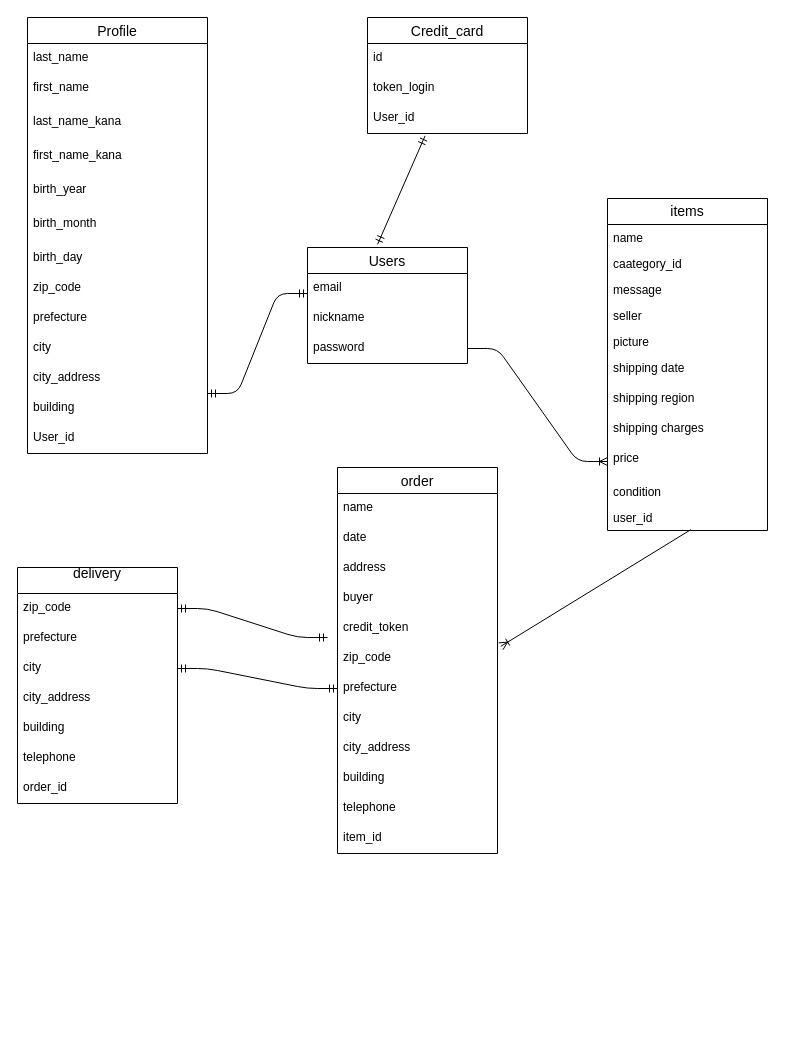
The draw.io diagram ER.dio in tatsu11096/furima-38578, before the edit. Source tidied: cells renumbered, new cells numbered last; positions are measured from the earlier drawing's top-left corner, leaving out a move shared by most shapes. Both pictures are drawn from the tidied source at 100%, with x=0, y=0 at pixel (17, 17).
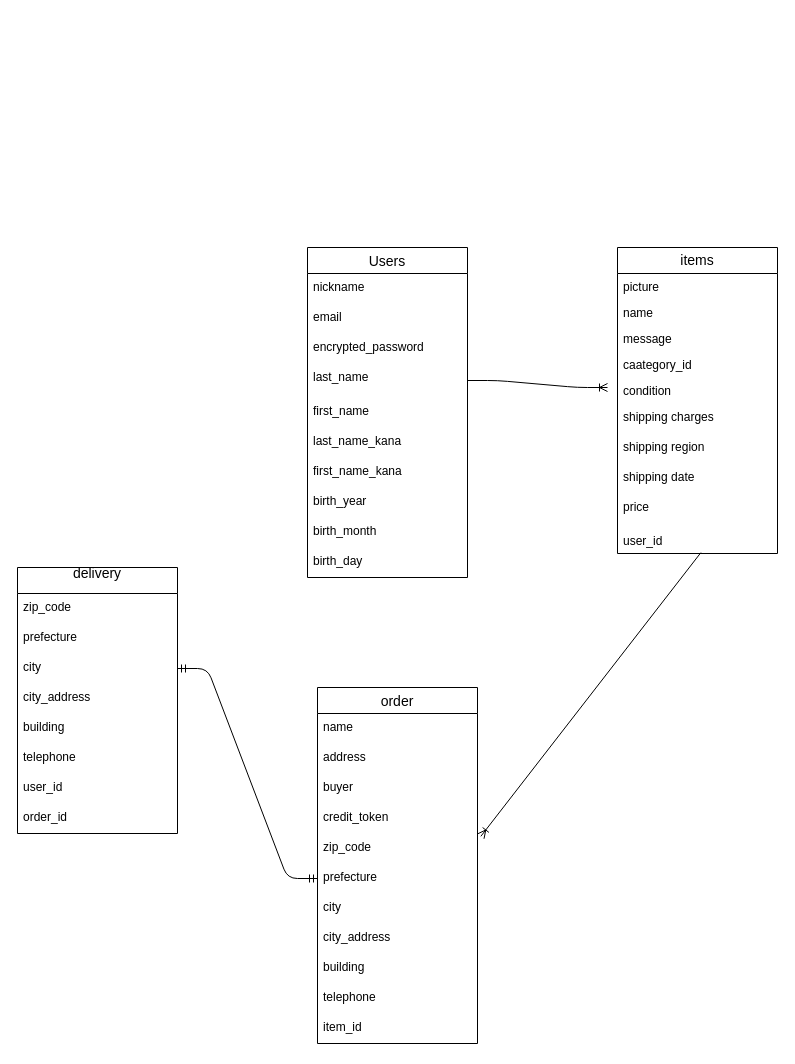
The same diagram, later.

Commit message (it also covers changes not shown here):
データベース修正１

Unchanged cells that the change refers to:
```xml
<mxCell id="20" value="zip_code" style="text;strokeColor=none;fillColor=none;spacingLeft=4;spacingRight=4;overflow=hidden;points=[[0,0.5],[1,0.5]];portConstraint=eastwest;fontSize=12;" parent="19" vertex="1">
  <mxGeometry y="26" width="160" height="30" as="geometry" />
</mxCell>
<mxCell id="36" value="price" style="text;strokeColor=none;fillColor=none;spacingLeft=4;spacingRight=4;overflow=hidden;points=[[0,0.5],[1,0.5]];portConstraint=eastwest;fontSize=12;labelBackgroundColor=none;labelBorderColor=none;fontColor=default;" parent="27" vertex="1">
  <mxGeometry y="246" width="160" height="34" as="geometry" />
</mxCell>
```

The edit, as a diff of the source:
```diff
@@
     <mxCell id="2" value="Users" style="swimlane;fontStyle=0;horizontal=1;startSize=26;align=center;fontSize=14;" parent="1" vertex="1">
-      <mxGeometry x="290" y="230" width="160" height="116" as="geometry" />
+      <mxGeometry x="290" y="230" width="160" height="330" as="geometry" />
     </mxCell>
+    <mxCell id="4" value="nickname" style="text;strokeColor=none;fillColor=none;spacingLeft=4;spacingRight=4;overflow=hidden;fontSize=12;" parent="2" vertex="1">
+      <mxGeometry y="26" width="160" height="30" as="geometry" />
+    </mxCell>
     <mxCell id="3" value="email" style="text;strokeColor=none;fillColor=none;spacingLeft=4;spacingRight=4;overflow=hidden;fontSize=12;" parent="2" vertex="1">
-      <mxGeometry y="26" width="160" height="30" as="geometry" />
+      <mxGeometry y="56" width="160" height="30" as="geometry" />
     </mxCell>
-    <mxCell id="4" value="nickname" style="text;strokeColor=none;fillColor=none;spacingLeft=4;spacingRight=4;overflow=hidden;fontSize=12;" parent="2" vertex="1">
-      <mxGeometry y="56" width="160" height="30" as="geometry" />
-    </mxCell>
-    <mxCell id="5" value="password" style="text;strokeColor=none;fillColor=none;spacingLeft=4;spacingRight=4;overflow=hidden;points=[[0,0.5],[1,0.5]];portConstraint=eastwest;fontSize=12;" parent="2" vertex="1">
+    <mxCell id="5" value="encrypted_password" style="text;strokeColor=none;fillColor=none;spacingLeft=4;spacingRight=4;overflow=hidden;points=[[0,0.5],[1,0.5]];portConstraint=eastwest;fontSize=12;" parent="2" vertex="1">
       <mxGeometry y="86" width="160" height="30" as="geometry" />
     </mxCell>
+    <mxCell id="42" value="last_name" style="text;strokeColor=none;fillColor=none;spacingLeft=4;spacingRight=4;overflow=hidden;points=[[0,0.5],[1,0.5]];portConstraint=eastwest;fontSize=12;" parent="2" vertex="1">
+      <mxGeometry y="116" width="160" height="34" as="geometry" />
+    </mxCell>
+    <mxCell id="43" value="first_name" style="text;strokeColor=none;fillColor=none;spacingLeft=4;spacingRight=4;overflow=hidden;fontSize=12;" parent="2" vertex="1">
+      <mxGeometry y="150" width="160" height="30" as="geometry" />
+    </mxCell>
+    <mxCell id="44" value="last_name_kana" style="text;strokeColor=none;fillColor=none;spacingLeft=4;spacingRight=4;overflow=hidden;fontSize=12;" parent="2" vertex="1">
+      <mxGeometry y="180" width="160" height="30" as="geometry" />
+    </mxCell>
+    <mxCell id="45" value="first_name_kana" style="text;strokeColor=none;fillColor=none;spacingLeft=4;spacingRight=4;overflow=hidden;fontSize=12;" parent="2" vertex="1">
+      <mxGeometry y="210" width="160" height="30" as="geometry" />
+    </mxCell>
+    <mxCell id="46" value="birth_year" style="text;strokeColor=none;fillColor=none;spacingLeft=4;spacingRight=4;overflow=hidden;fontSize=12;" parent="2" vertex="1">
+      <mxGeometry y="240" width="160" height="30" as="geometry" />
+    </mxCell>
+    <mxCell id="47" value="birth_month" style="text;strokeColor=none;fillColor=none;spacingLeft=4;spacingRight=4;overflow=hidden;fontSize=12;" parent="2" vertex="1">
+      <mxGeometry y="270" width="160" height="30" as="geometry" />
+    </mxCell>
+    <mxCell id="48" value="birth_day" style="text;strokeColor=none;fillColor=none;spacingLeft=4;spacingRight=4;overflow=hidden;fontSize=12;" parent="2" vertex="1">
+      <mxGeometry y="300" width="160" height="30" as="geometry" />
+    </mxCell>
     <mxCell id="6" value="order" style="swimlane;fontStyle=0;horizontal=1;startSize=26;align=center;fontSize=14;" parent="1" vertex="1">
-      <mxGeometry x="320" y="450" width="160" height="386" as="geometry" />
+      <mxGeometry x="300" y="670" width="160" height="356" as="geometry" />
     </mxCell>
@@
-    <mxCell id="8" value="date" style="text;strokeColor=none;fillColor=none;spacingLeft=4;spacingRight=4;overflow=hidden;fontSize=12;" parent="6" vertex="1">
-      <mxGeometry y="56" width="160" height="30" as="geometry" />
-    </mxCell>
     <mxCell id="9" value="address" style="text;strokeColor=none;fillColor=none;spacingLeft=4;spacingRight=4;overflow=hidden;fontSize=12;" parent="6" vertex="1">
-      <mxGeometry y="86" width="160" height="30" as="geometry" />
+      <mxGeometry y="56" width="160" height="30" as="geometry" />
     </mxCell>
     <mxCell id="10" value="buyer" style="text;strokeColor=none;fillColor=none;spacingLeft=4;spacingRight=4;overflow=hidden;fontSize=12;" parent="6" vertex="1">
-      <mxGeometry y="116" width="160" height="30" as="geometry" />
+      <mxGeometry y="86" width="160" height="30" as="geometry" />
     </mxCell>
     <mxCell id="11" value="credit_token" style="text;strokeColor=none;fillColor=none;spacingLeft=4;spacingRight=4;overflow=hidden;fontSize=12;" parent="6" vertex="1">
-      <mxGeometry y="146" width="160" height="30" as="geometry" />
+      <mxGeometry y="116" width="160" height="30" as="geometry" />
     </mxCell>
     <mxCell id="12" value="zip_code" style="text;strokeColor=none;fillColor=none;spacingLeft=4;spacingRight=4;overflow=hidden;points=[[0,0.5],[1,0.5]];portConstraint=eastwest;fontSize=12;" parent="6" vertex="1">
-      <mxGeometry y="176" width="160" height="30" as="geometry" />
+      <mxGeometry y="146" width="160" height="30" as="geometry" />
     </mxCell>
     <mxCell id="13" value="prefecture" style="text;strokeColor=none;fillColor=none;spacingLeft=4;spacingRight=4;overflow=hidden;points=[[0,0.5],[1,0.5]];portConstraint=eastwest;fontSize=12;" parent="6" vertex="1">
-      <mxGeometry y="206" width="160" height="30" as="geometry" />
+      <mxGeometry y="176" width="160" height="30" as="geometry" />
     </mxCell>
     <mxCell id="14" value="city" style="text;strokeColor=none;fillColor=none;spacingLeft=4;spacingRight=4;overflow=hidden;fontSize=12;" parent="6" vertex="1">
-      <mxGeometry y="236" width="160" height="30" as="geometry" />
+      <mxGeometry y="206" width="160" height="30" as="geometry" />
     </mxCell>
     <mxCell id="15" value="city_address" style="text;strokeColor=none;fillColor=none;spacingLeft=4;spacingRight=4;overflow=hidden;fontSize=12;" parent="6" vertex="1">
-      <mxGeometry y="266" width="160" height="30" as="geometry" />
+      <mxGeometry y="236" width="160" height="30" as="geometry" />
     </mxCell>
     <mxCell id="16" value="building" style="text;strokeColor=none;fillColor=none;spacingLeft=4;spacingRight=4;overflow=hidden;fontSize=12;" parent="6" vertex="1">
-      <mxGeometry y="296" width="160" height="30" as="geometry" />
+      <mxGeometry y="266" width="160" height="30" as="geometry" />
     </mxCell>
     <mxCell id="17" value="telephone" style="text;strokeColor=none;fillColor=none;spacingLeft=4;spacingRight=4;overflow=hidden;fontSize=12;" parent="6" vertex="1">
-      <mxGeometry y="326" width="160" height="30" as="geometry" />
+      <mxGeometry y="296" width="160" height="30" as="geometry" />
     </mxCell>
     <mxCell id="18" value="item_id" style="text;strokeColor=none;fillColor=none;spacingLeft=4;spacingRight=4;overflow=hidden;fontSize=12;" parent="6" vertex="1">
-      <mxGeometry y="356" width="160" height="30" as="geometry" />
+      <mxGeometry y="326" width="160" height="30" as="geometry" />
     </mxCell>
     <mxCell id="19" value="delivery&#10;" style="swimlane;fontStyle=0;horizontal=1;startSize=26;align=center;fontSize=14;" parent="1" vertex="1">
-      <mxGeometry y="550" width="160" height="236" as="geometry" />
+      <mxGeometry y="550" width="160" height="266" as="geometry" />
     </mxCell>
@@
+    <mxCell id="63" value="user_id" style="text;strokeColor=none;fillColor=none;spacingLeft=4;spacingRight=4;overflow=hidden;fontSize=12;" parent="19" vertex="1">
+      <mxGeometry y="206" width="160" height="30" as="geometry" />
+    </mxCell>
     <mxCell id="26" value="order_id" style="text;strokeColor=none;fillColor=none;spacingLeft=4;spacingRight=4;overflow=hidden;fontSize=12;" parent="19" vertex="1">
-      <mxGeometry y="206" width="160" height="30" as="geometry" />
+      <mxGeometry y="236" width="160" height="30" as="geometry" />
     </mxCell>
     <mxCell id="27" value="items" style="swimlane;fontStyle=0;horizontal=1;startSize=26;align=center;fontSize=14;whiteSpace=wrap;" parent="1" vertex="1">
-      <mxGeometry x="590" y="181" width="160" height="332" as="geometry" />
+      <mxGeometry x="600" y="230" width="160" height="306" as="geometry" />
     </mxCell>
+    <mxCell id="32" value="picture" style="text;strokeColor=none;fillColor=none;spacingLeft=4;spacingRight=4;overflow=hidden;fontSize=12;" parent="27" vertex="1">
+      <mxGeometry y="26" width="160" height="26" as="geometry" />
+    </mxCell>
     <mxCell id="28" value="name" style="text;strokeColor=none;fillColor=none;spacingLeft=4;spacingRight=4;overflow=hidden;fontSize=12;" parent="27" vertex="1">
-      <mxGeometry y="26" width="160" height="26" as="geometry" />
+      <mxGeometry y="52" width="160" height="26" as="geometry" />
     </mxCell>
+    <mxCell id="30" value="message" style="text;strokeColor=none;fillColor=none;spacingLeft=4;spacingRight=4;overflow=hidden;fontSize=12;" parent="27" vertex="1">
+      <mxGeometry y="78" width="160" height="26" as="geometry" />
+    </mxCell>
     <mxCell id="29" value="caategory_id" style="text;strokeColor=none;fillColor=none;spacingLeft=4;spacingRight=4;overflow=hidden;fontSize=12;" parent="27" vertex="1">
-      <mxGeometry y="52" width="160" height="26" as="geometry" />
+      <mxGeometry y="104" width="160" height="26" as="geometry" />
     </mxCell>
-    <mxCell id="30" value="message" style="text;strokeColor=none;fillColor=none;spacingLeft=4;spacingRight=4;overflow=hidden;fontSize=12;" parent="27" vertex="1">
-      <mxGeometry y="78" width="160" height="26" as="geometry" />
-    </mxCell>
-    <mxCell id="31" value="seller" style="text;strokeColor=none;fillColor=none;spacingLeft=4;spacingRight=4;overflow=hidden;fontSize=12;" parent="27" vertex="1">
-      <mxGeometry y="104" width="160" height="26" as="geometry" />
-    </mxCell>
-    <mxCell id="32" value="picture" style="text;strokeColor=none;fillColor=none;spacingLeft=4;spacingRight=4;overflow=hidden;fontSize=12;" parent="27" vertex="1">
-      <mxGeometry y="130" width="160" height="26" as="geometry" />
-    </mxCell>
+    <mxCell id="37" value="condition" style="text;strokeColor=none;fillColor=none;spacingLeft=4;spacingRight=4;overflow=hidden;fontSize=12;" parent="27" vertex="1">
+      <mxGeometry y="130" width="160" height="26" as="geometry" />
+    </mxCell>
+    <mxCell id="35" value="shipping charges" style="text;strokeColor=none;fillColor=none;spacingLeft=4;spacingRight=4;overflow=hidden;fontSize=12;labelBackgroundColor=none;labelBorderColor=none;fontColor=default;" parent="27" vertex="1">
+      <mxGeometry y="156" width="160" height="30" as="geometry" />
+    </mxCell>
+    <mxCell id="34" value="shipping region" style="text;strokeColor=none;fillColor=none;spacingLeft=4;spacingRight=4;overflow=hidden;fontSize=12;labelBackgroundColor=none;labelBorderColor=none;fontColor=default;" parent="27" vertex="1">
+      <mxGeometry y="186" width="160" height="30" as="geometry" />
+    </mxCell>
     <mxCell id="33" value="shipping date" style="text;strokeColor=none;fillColor=none;spacingLeft=4;spacingRight=4;overflow=hidden;fontSize=12;labelBackgroundColor=none;labelBorderColor=none;fontColor=default;" parent="27" vertex="1">
-      <mxGeometry y="156" width="160" height="30" as="geometry" />
+      <mxGeometry y="216" width="160" height="30" as="geometry" />
     </mxCell>
-    <mxCell id="34" value="shipping region" style="text;strokeColor=none;fillColor=none;spacingLeft=4;spacingRight=4;overflow=hidden;fontSize=12;labelBackgroundColor=none;labelBorderColor=none;fontColor=default;" parent="27" vertex="1">
-      <mxGeometry y="186" width="160" height="30" as="geometry" />
-    </mxCell>
-    <mxCell id="35" value="shipping charges" style="text;strokeColor=none;fillColor=none;spacingLeft=4;spacingRight=4;overflow=hidden;fontSize=12;labelBackgroundColor=none;labelBorderColor=none;fontColor=default;" parent="27" vertex="1">
-      <mxGeometry y="216" width="160" height="30" as="geometry" />
-    </mxCell>
@@
-    <mxCell id="37" value="condition" style="text;strokeColor=none;fillColor=none;spacingLeft=4;spacingRight=4;overflow=hidden;fontSize=12;" parent="27" vertex="1">
-      <mxGeometry y="280" width="160" height="26" as="geometry" />
-    </mxCell>
     <mxCell id="38" value="user_id" style="text;strokeColor=none;fillColor=none;spacingLeft=4;spacingRight=4;overflow=hidden;points=[[0,0.5],[1,0.5]];portConstraint=eastwest;fontSize=12;" parent="27" vertex="1">
-      <mxGeometry y="306" width="160" height="26" as="geometry" />
+      <mxGeometry y="280" width="160" height="26" as="geometry" />
     </mxCell>
-    <mxCell id="39" style="edgeStyle=entityRelationEdgeStyle;fontSize=12;html=1;endArrow=ERoneToMany;entryX=0;entryY=0.5;entryDx=0;entryDy=0;exitX=1;exitY=0.5;exitDx=0;exitDy=0;" parent="1" edge="1" source="5" target="36">
-      <mxGeometry relative="1" as="geometry" />
+    <mxCell id="39" style="edgeStyle=entityRelationEdgeStyle;fontSize=12;html=1;endArrow=ERoneToMany;exitX=1;exitY=0.5;exitDx=0;exitDy=0;" parent="1" edge="1" source="42">
+      <mxGeometry relative="1" as="geometry">
+        <mxPoint x="590" y="370" as="targetPoint" />
+      </mxGeometry>
     </mxCell>
-    <mxCell id="40" style="edgeStyle=entityRelationEdgeStyle;fontSize=12;html=1;endArrow=ERmandOne;startArrow=ERmandOne;exitX=1;exitY=0.5;exitDx=0;exitDy=0;entryX=0;entryY=0.5;entryDx=0;entryDy=0;" parent="1" edge="1" source="20">
-      <mxGeometry relative="1" as="geometry">
-        <mxPoint x="310" y="620" as="targetPoint" />
-      </mxGeometry>
-    </mxCell>
-    <mxCell id="41" value="Profile" style="swimlane;fontStyle=0;horizontal=1;startSize=26;align=center;fontSize=14;" parent="1" vertex="1">
-      <mxGeometry x="10" width="180" height="436" as="geometry" />
-    </mxCell>
-    <mxCell id="42" value="last_name" style="text;strokeColor=none;fillColor=none;spacingLeft=4;spacingRight=4;overflow=hidden;points=[[0,0.5],[1,0.5]];portConstraint=eastwest;fontSize=12;" parent="41" vertex="1">
-      <mxGeometry y="26" width="180" height="30" as="geometry" />
-    </mxCell>
-    <mxCell id="43" value="first_name&#10;" style="text;strokeColor=none;fillColor=none;spacingLeft=4;spacingRight=4;overflow=hidden;fontSize=12;" parent="41" vertex="1">
-      <mxGeometry y="56" width="180" height="34" as="geometry" />
-    </mxCell>
-    <mxCell id="44" value="last_name_kana" style="text;strokeColor=none;fillColor=none;spacingLeft=4;spacingRight=4;overflow=hidden;fontSize=12;" parent="41" vertex="1">
-      <mxGeometry y="90" width="180" height="34" as="geometry" />
-    </mxCell>
-    <mxCell id="45" value="first_name_kana" style="text;strokeColor=none;fillColor=none;spacingLeft=4;spacingRight=4;overflow=hidden;fontSize=12;" parent="41" vertex="1">
-      <mxGeometry y="124" width="180" height="34" as="geometry" />
-    </mxCell>
-    <mxCell id="46" value="birth_year" style="text;strokeColor=none;fillColor=none;spacingLeft=4;spacingRight=4;overflow=hidden;fontSize=12;" parent="41" vertex="1">
-      <mxGeometry y="158" width="180" height="34" as="geometry" />
-    </mxCell>
-    <mxCell id="47" value="birth_month" style="text;strokeColor=none;fillColor=none;spacingLeft=4;spacingRight=4;overflow=hidden;fontSize=12;" parent="41" vertex="1">
-      <mxGeometry y="192" width="180" height="34" as="geometry" />
-    </mxCell>
-    <mxCell id="48" value="birth_day" style="text;strokeColor=none;fillColor=none;spacingLeft=4;spacingRight=4;overflow=hidden;fontSize=12;" parent="41" vertex="1">
-      <mxGeometry y="226" width="180" height="30" as="geometry" />
-    </mxCell>
-    <mxCell id="49" value="zip_code" style="text;strokeColor=none;fillColor=none;spacingLeft=4;spacingRight=4;overflow=hidden;fontSize=12;" parent="41" vertex="1">
-      <mxGeometry y="256" width="180" height="30" as="geometry" />
-    </mxCell>
-    <mxCell id="50" value="prefecture" style="text;strokeColor=none;fillColor=none;spacingLeft=4;spacingRight=4;overflow=hidden;fontSize=12;" parent="41" vertex="1">
-      <mxGeometry y="286" width="180" height="30" as="geometry" />
-    </mxCell>
-    <mxCell id="51" value="city" style="text;strokeColor=none;fillColor=none;spacingLeft=4;spacingRight=4;overflow=hidden;fontSize=12;" parent="41" vertex="1">
-      <mxGeometry y="316" width="180" height="30" as="geometry" />
-    </mxCell>
-    <mxCell id="52" value="city_address" style="text;strokeColor=none;fillColor=none;spacingLeft=4;spacingRight=4;overflow=hidden;fontSize=12;" parent="41" vertex="1">
-      <mxGeometry y="346" width="180" height="30" as="geometry" />
-    </mxCell>
-    <mxCell id="53" value="building" style="text;strokeColor=none;fillColor=none;spacingLeft=4;spacingRight=4;overflow=hidden;fontSize=12;" parent="41" vertex="1">
-      <mxGeometry y="376" width="180" height="30" as="geometry" />
-    </mxCell>
-    <mxCell id="54" value="User_id " style="text;strokeColor=none;fillColor=none;spacingLeft=4;spacingRight=4;overflow=hidden;fontSize=12;" parent="41" vertex="1">
-      <mxGeometry y="406" width="180" height="30" as="geometry" />
-    </mxCell>
-    <mxCell id="55" value="Credit_card" style="swimlane;fontStyle=0;horizontal=1;startSize=26;align=center;fontSize=14;" parent="1" vertex="1">
-      <mxGeometry x="350" width="160" height="116" as="geometry" />
-    </mxCell>
-    <mxCell id="56" value="id &#10;" style="text;strokeColor=none;fillColor=none;spacingLeft=4;spacingRight=4;overflow=hidden;fontSize=12;" parent="55" vertex="1">
-      <mxGeometry y="26" width="160" height="30" as="geometry" />
-    </mxCell>
-    <mxCell id="57" value="token_login" style="text;strokeColor=none;fillColor=none;spacingLeft=4;spacingRight=4;overflow=hidden;fontSize=12;" parent="55" vertex="1">
-      <mxGeometry y="56" width="160" height="30" as="geometry" />
-    </mxCell>
-    <mxCell id="58" value="User_id " style="text;strokeColor=none;fillColor=none;spacingLeft=4;spacingRight=4;overflow=hidden;points=[[0,0.5],[1,0.5]];portConstraint=eastwest;fontSize=12;" parent="55" vertex="1">
-      <mxGeometry y="86" width="160" height="30" as="geometry" />
-    </mxCell>
-    <mxCell id="59" style="fontSize=12;html=1;endArrow=ERmandOne;startArrow=ERmandOne;exitX=0.438;exitY=-0.027;exitDx=0;exitDy=0;exitPerimeter=0;entryX=0.36;entryY=1.078;entryDx=0;entryDy=0;entryPerimeter=0;" parent="1" edge="1" source="2" target="58">
-      <mxGeometry relative="1" as="geometry" />
-    </mxCell>
-    <mxCell id="60" style="edgeStyle=entityRelationEdgeStyle;fontSize=12;html=1;endArrow=ERmandOne;startArrow=ERmandOne;" parent="1" edge="1">
-      <mxGeometry relative="1" as="geometry">
-        <mxPoint x="190" y="376" as="sourcePoint" />
-        <mxPoint x="290" y="276" as="targetPoint" />
-      </mxGeometry>
-    </mxCell>
```
